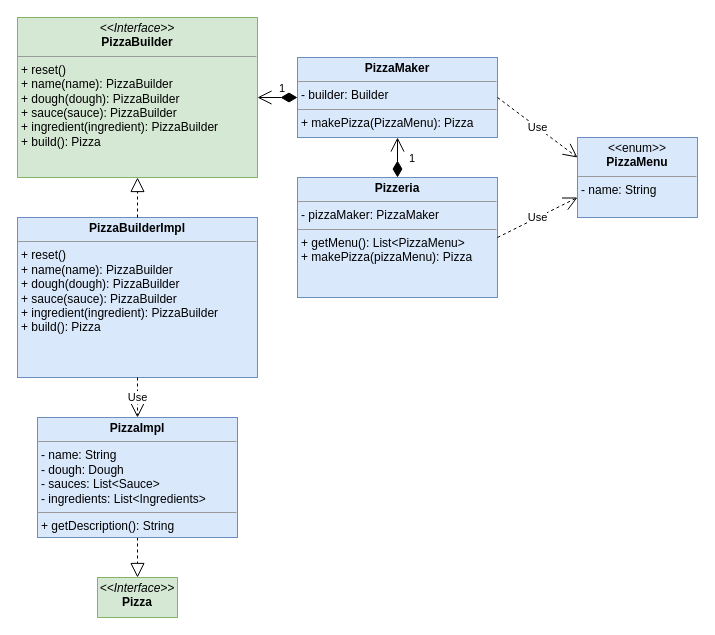
Before: creational/builder/resources/diagrams/PizzaBuilder.drawio in aimtupsu/desing-patterns, a draw.io diagram. Source tidied: cells renumbered, new cells numbered last; positions are measured from the earlier drawing's top-left corner, leaving out a move shared by most shapes. Both pictures are drawn from the tidied source at 100%, with x=0, y=0 at pixel (17, 17).
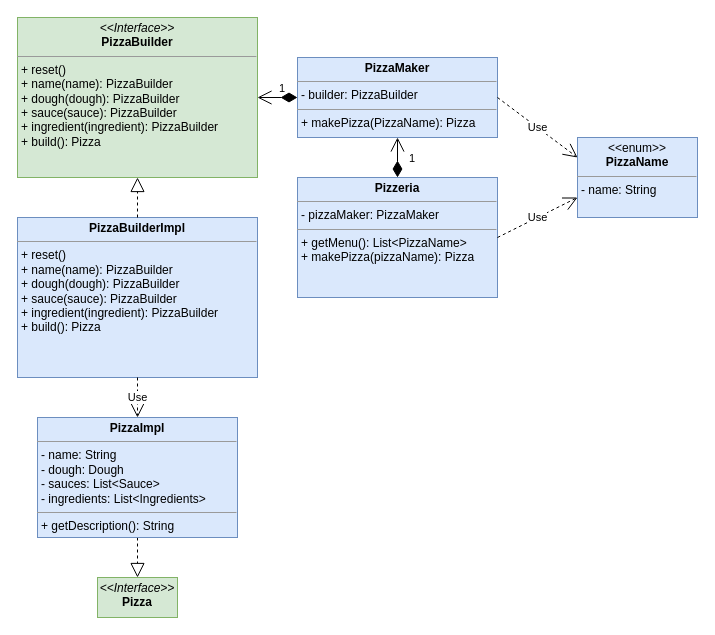
After the change.

What changed in the source:
```diff
@@
 <mxGraphModel>
   <root>
     <mxCell id="0" />
     <mxCell id="1" parent="0" />
     <mxCell id="2" value="&lt;p style=&quot;margin: 0px ; margin-top: 4px ; text-align: center&quot;&gt;&lt;b&gt;PizzaBuilderImpl&lt;/b&gt;&lt;br&gt;&lt;/p&gt;&lt;hr size=&quot;1&quot;&gt;&lt;p style=&quot;margin: 0px 0px 0px 4px&quot;&gt;+ reset()&lt;/p&gt;&lt;p style=&quot;margin: 0px 0px 0px 4px&quot;&gt;+ name(name): PizzaBuilder&lt;/p&gt;&lt;p style=&quot;margin: 0px 0px 0px 4px&quot;&gt;+ dough(dough): PizzaBuilder&lt;/p&gt;&lt;p style=&quot;margin: 0px 0px 0px 4px&quot;&gt;+ sauce(sauce): PizzaBuilder&lt;/p&gt;&lt;p style=&quot;margin: 0px 0px 0px 4px&quot;&gt;+ ingredient(ingredient): PizzaBuilder&lt;/p&gt;&lt;p style=&quot;margin: 0px 0px 0px 4px&quot;&gt;+ build(): Pizza&lt;/p&gt;" style="verticalAlign=top;align=left;overflow=fill;fontSize=12;fontFamily=Helvetica;html=1;fillColor=#dae8fc;strokeColor=#6c8ebf;" parent="1" vertex="1">
       <mxGeometry y="200" width="240" height="160" as="geometry" />
     </mxCell>
     <mxCell id="3" style="group;" parent="1" vertex="1">
       <mxGeometry x="80" y="560" width="80" height="40" as="geometry" />
     </mxCell>
     <mxCell id="4" style="group;" parent="3" vertex="1">
       <mxGeometry width="80" height="40" as="geometry" />
     </mxCell>
     <mxCell id="5" value="&lt;p style=&quot;margin: 0px ; margin-top: 4px ; text-align: center&quot;&gt;&lt;i&gt;&amp;lt;&amp;lt;Interface&amp;gt;&amp;gt;&lt;/i&gt;&lt;br&gt;&lt;b&gt;Pizza&lt;/b&gt;&lt;/p&gt;" style="verticalAlign=top;align=left;overflow=fill;fontSize=12;fontFamily=Helvetica;html=1;fillColor=#d5e8d4;strokeColor=#82b366;" parent="4" vertex="1">
       <mxGeometry width="80" height="40" as="geometry" />
     </mxCell>
     <mxCell id="6" value="Use" style="endArrow=open;endSize=12;dashed=1;html=1;entryX=0.5;entryY=0;entryDx=0;entryDy=0;exitX=0.5;exitY=1;exitDx=0;exitDy=0;" parent="1" edge="1" source="2" target="17">
       <mxGeometry relative="1" as="geometry" />
     </mxCell>
     <mxCell id="7" style="endArrow=block;dashed=1;endFill=0;endSize=12;html=1;entryX=0.5;entryY=0;entryDx=0;entryDy=0;exitX=0.5;exitY=1;exitDx=0;exitDy=0;" parent="1" edge="1" source="17" target="5">
       <mxGeometry relative="1" as="geometry" />
     </mxCell>
     <mxCell id="8" value="&lt;p style=&quot;margin: 0px ; margin-top: 4px ; text-align: center&quot;&gt;&lt;i&gt;&amp;lt;&amp;lt;Interface&amp;gt;&amp;gt;&lt;/i&gt;&lt;br&gt;&lt;b&gt;PizzaBuilder&lt;/b&gt;&lt;/p&gt;&lt;hr size=&quot;1&quot;&gt;&lt;p style=&quot;margin: 0px 0px 0px 4px&quot;&gt;+ reset()&lt;/p&gt;&lt;p style=&quot;margin: 0px 0px 0px 4px&quot;&gt;+ name(name): PizzaBuilder&lt;/p&gt;&lt;p style=&quot;margin: 0px 0px 0px 4px&quot;&gt;+ dough(dough): PizzaBuilder&lt;/p&gt;&lt;p style=&quot;margin: 0px 0px 0px 4px&quot;&gt;+ sauce(sauce): PizzaBuilder&lt;/p&gt;&lt;p style=&quot;margin: 0px 0px 0px 4px&quot;&gt;+ ingredient(ingredient): PizzaBuilder&lt;/p&gt;&lt;p style=&quot;margin: 0px 0px 0px 4px&quot;&gt;+ build(): Pizza&lt;/p&gt;" style="verticalAlign=top;align=left;overflow=fill;fontSize=12;fontFamily=Helvetica;html=1;fillColor=#d5e8d4;strokeColor=#82b366;" parent="1" vertex="1">
       <mxGeometry width="240" height="160" as="geometry" />
     </mxCell>
     <mxCell id="9" style="endArrow=block;dashed=1;endFill=0;endSize=12;html=1;exitX=0.5;exitY=0;exitDx=0;exitDy=0;entryX=0.5;entryY=1;entryDx=0;entryDy=0;" parent="1" edge="1" source="2" target="8">
       <mxGeometry relative="1" as="geometry" />
     </mxCell>
-    <mxCell id="10" value="&lt;p style=&quot;margin: 0px ; margin-top: 4px ; text-align: center&quot;&gt;&lt;b&gt;PizzaMaker&lt;/b&gt;&lt;/p&gt;&lt;hr size=&quot;1&quot;&gt;&lt;p style=&quot;margin: 0px ; margin-left: 4px&quot;&gt;- builder: Builder&lt;/p&gt;&lt;hr size=&quot;1&quot;&gt;&lt;p style=&quot;margin: 0px ; margin-left: 4px&quot;&gt;+ makePizza(PizzaMenu): Pizza&lt;br&gt;&lt;/p&gt;" style="verticalAlign=top;align=left;overflow=fill;fontSize=12;fontFamily=Helvetica;html=1;fillColor=#dae8fc;strokeColor=#6c8ebf;" parent="1" vertex="1">
+    <mxCell id="10" value="&lt;p style=&quot;margin: 0px ; margin-top: 4px ; text-align: center&quot;&gt;&lt;b&gt;PizzaMaker&lt;/b&gt;&lt;/p&gt;&lt;hr size=&quot;1&quot;&gt;&lt;p style=&quot;margin: 0px ; margin-left: 4px&quot;&gt;- builder: PizzaBuilder&lt;/p&gt;&lt;hr size=&quot;1&quot;&gt;&lt;p style=&quot;margin: 0px ; margin-left: 4px&quot;&gt;+ makePizza(PizzaName): Pizza&lt;br&gt;&lt;/p&gt;" style="verticalAlign=top;align=left;overflow=fill;fontSize=12;fontFamily=Helvetica;html=1;fillColor=#dae8fc;strokeColor=#6c8ebf;" parent="1" vertex="1">
       <mxGeometry x="280" y="40" width="200" height="80" as="geometry" />
     </mxCell>
     <mxCell id="11" value="1" style="endArrow=open;html=1;endSize=12;startArrow=diamondThin;startSize=14;startFill=1;edgeStyle=orthogonalEdgeStyle;align=left;verticalAlign=bottom;exitX=0;exitY=0.5;exitDx=0;exitDy=0;entryX=1;entryY=0.5;entryDx=0;entryDy=0;" parent="1" edge="1" source="10" target="8">
       <mxGeometry relative="1" as="geometry" />
     </mxCell>
-    <mxCell id="12" value="&lt;p style=&quot;margin: 0px ; margin-top: 4px ; text-align: center&quot;&gt;&lt;b&gt;Pizzeria&lt;/b&gt;&lt;/p&gt;&lt;hr size=&quot;1&quot;&gt;&lt;p style=&quot;margin: 0px ; margin-left: 4px&quot;&gt;- pizzaMaker: PizzaMaker&lt;/p&gt;&lt;hr size=&quot;1&quot;&gt;&lt;p style=&quot;margin: 0px ; margin-left: 4px&quot;&gt;+ getMenu(): List&amp;lt;PizzaMenu&amp;gt;&lt;br&gt;&lt;/p&gt;&lt;p style=&quot;margin: 0px ; margin-left: 4px&quot;&gt;+ makePizza(pizzaMenu): Pizza&amp;nbsp;&lt;/p&gt;" style="verticalAlign=top;align=left;overflow=fill;fontSize=12;fontFamily=Helvetica;html=1;fillColor=#dae8fc;strokeColor=#6c8ebf;" parent="1" vertex="1">
+    <mxCell id="12" value="&lt;p style=&quot;margin: 0px ; margin-top: 4px ; text-align: center&quot;&gt;&lt;b&gt;Pizzeria&lt;/b&gt;&lt;/p&gt;&lt;hr size=&quot;1&quot;&gt;&lt;p style=&quot;margin: 0px ; margin-left: 4px&quot;&gt;- pizzaMaker: PizzaMaker&lt;/p&gt;&lt;hr size=&quot;1&quot;&gt;&lt;p style=&quot;margin: 0px ; margin-left: 4px&quot;&gt;+ getMenu(): List&amp;lt;PizzaName&amp;gt;&lt;br&gt;&lt;/p&gt;&lt;p style=&quot;margin: 0px ; margin-left: 4px&quot;&gt;+ makePizza(pizzaName): Pizza&amp;nbsp;&lt;/p&gt;" style="verticalAlign=top;align=left;overflow=fill;fontSize=12;fontFamily=Helvetica;html=1;fillColor=#dae8fc;strokeColor=#6c8ebf;" parent="1" vertex="1">
       <mxGeometry x="280" y="160" width="200" height="120" as="geometry" />
     </mxCell>
-    <mxCell id="13" value="&lt;p style=&quot;margin: 0px ; margin-top: 4px ; text-align: center&quot;&gt;&amp;lt;&amp;lt;enum&amp;gt;&amp;gt;&lt;br&gt;&lt;b&gt;PizzaMenu&lt;/b&gt;&lt;/p&gt;&lt;hr size=&quot;1&quot;&gt;&lt;p style=&quot;margin: 0px ; margin-left: 4px&quot;&gt;- name: String&lt;/p&gt;&lt;p style=&quot;margin: 0px ; margin-left: 4px&quot;&gt;&lt;br&gt;&lt;/p&gt;" style="verticalAlign=top;align=left;overflow=fill;fontSize=12;fontFamily=Helvetica;html=1;fillColor=#dae8fc;strokeColor=#6c8ebf;" parent="1" vertex="1">
+    <mxCell id="13" value="&lt;p style=&quot;margin: 0px ; margin-top: 4px ; text-align: center&quot;&gt;&amp;lt;&amp;lt;enum&amp;gt;&amp;gt;&lt;br&gt;&lt;b&gt;PizzaName&lt;/b&gt;&lt;/p&gt;&lt;hr size=&quot;1&quot;&gt;&lt;p style=&quot;margin: 0px ; margin-left: 4px&quot;&gt;- name: String&lt;/p&gt;&lt;p style=&quot;margin: 0px ; margin-left: 4px&quot;&gt;&lt;br&gt;&lt;/p&gt;" style="verticalAlign=top;align=left;overflow=fill;fontSize=12;fontFamily=Helvetica;html=1;fillColor=#dae8fc;strokeColor=#6c8ebf;" parent="1" vertex="1">
       <mxGeometry x="560" y="120" width="120" height="80" as="geometry" />
     </mxCell>
     <mxCell id="14" value="Use" style="endArrow=open;endSize=12;dashed=1;html=1;entryX=0;entryY=0.75;entryDx=0;entryDy=0;exitX=1;exitY=0.5;exitDx=0;exitDy=0;" parent="1" edge="1" source="12" target="13">
       <mxGeometry relative="1" as="geometry" />
     </mxCell>
     <mxCell id="15" value="Use" style="endArrow=open;endSize=12;dashed=1;html=1;entryX=0;entryY=0.25;entryDx=0;entryDy=0;exitX=1;exitY=0.5;exitDx=0;exitDy=0;" parent="1" edge="1" source="10" target="13">
       <mxGeometry relative="1" as="geometry" />
     </mxCell>
     <mxCell id="16" value="1" style="endArrow=open;html=1;endSize=12;startArrow=diamondThin;startSize=14;startFill=1;edgeStyle=orthogonalEdgeStyle;align=left;verticalAlign=bottom;exitX=0.5;exitY=0;exitDx=0;exitDy=0;entryX=0.5;entryY=1;entryDx=0;entryDy=0;" parent="1" edge="1" source="12" target="10">
       <mxGeometry x="-0.5" y="-10" relative="1" as="geometry" />
     </mxCell>
     <mxCell id="17" value="&lt;p style=&quot;margin: 0px ; margin-top: 4px ; text-align: center&quot;&gt;&lt;b&gt;PizzaImpl&lt;/b&gt;&lt;/p&gt;&lt;hr size=&quot;1&quot;&gt;&lt;p style=&quot;margin: 0px ; margin-left: 4px&quot;&gt;- name: String&lt;/p&gt;&lt;p style=&quot;margin: 0px ; margin-left: 4px&quot;&gt;- dough: Dough&lt;/p&gt;&lt;p style=&quot;margin: 0px ; margin-left: 4px&quot;&gt;- sauces: List&amp;lt;Sauce&amp;gt;&lt;/p&gt;&lt;p style=&quot;margin: 0px ; margin-left: 4px&quot;&gt;- ingredients: List&amp;lt;Ingredients&amp;gt;&lt;/p&gt;&lt;hr size=&quot;1&quot;&gt;&lt;p style=&quot;margin: 0px ; margin-left: 4px&quot;&gt;+ getDescription(): String&lt;/p&gt;" style="verticalAlign=top;align=left;overflow=fill;fontSize=12;fontFamily=Helvetica;html=1;fillColor=#dae8fc;strokeColor=#6c8ebf;" parent="1" vertex="1">
       <mxGeometry x="20" y="400" width="200" height="120" as="geometry" />
     </mxCell>
   </root>
 </mxGraphModel>
```
